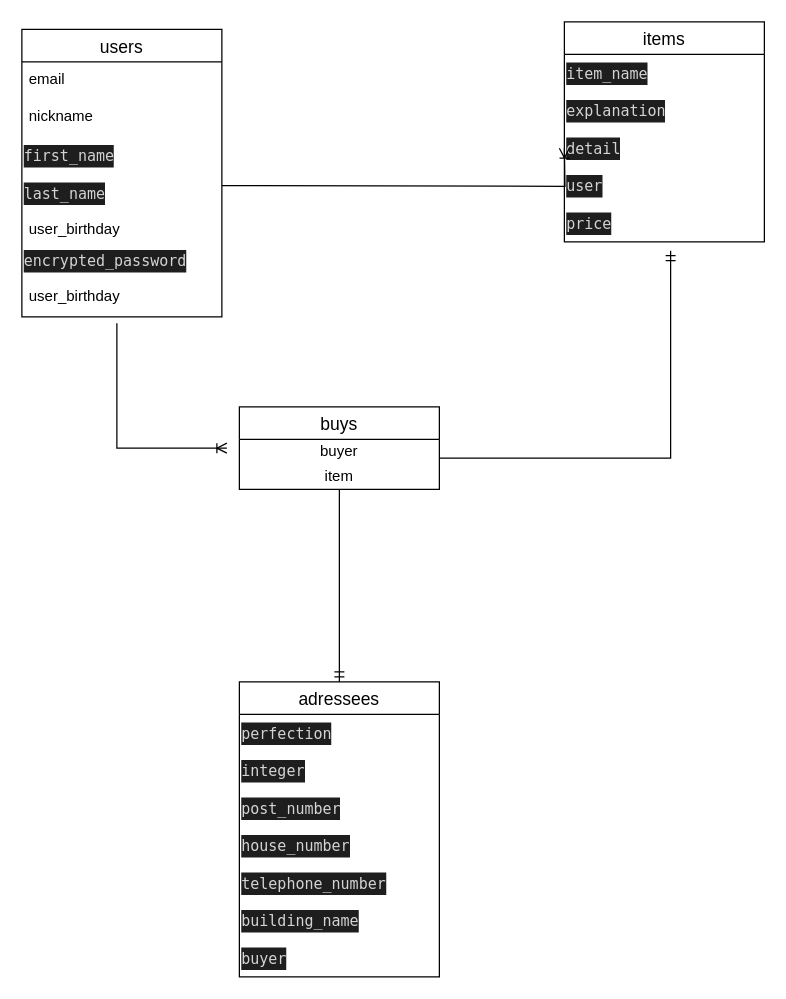
Earlier version of the draw.io diagram furima-29643.dio (zhuang-ced/frima-29643). Source tidied: cells renumbered, new cells numbered last; positions are measured from the earlier drawing's top-left corner, leaving out a move shared by most shapes. Both pictures are drawn from the tidied source at 125%, with x=0, y=0 at pixel (21, 21).
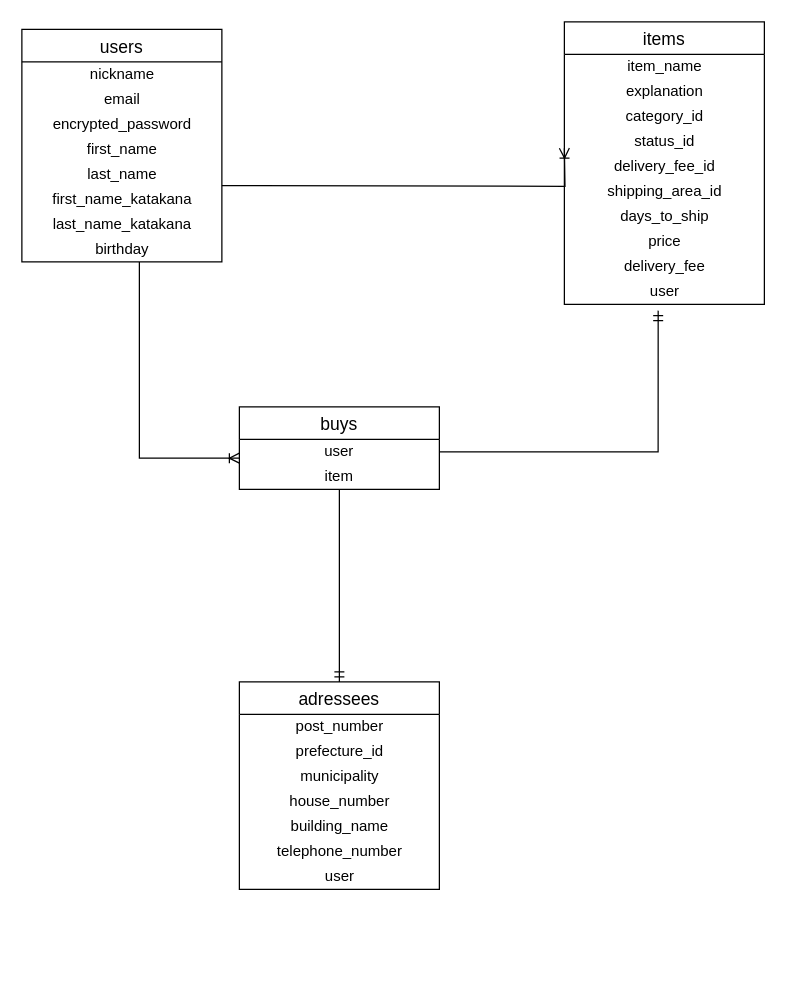
After the change.

Commit message (it also covers changes not shown here):
コードレビューで指摘された箇所の修正3

Unchanged cells that the change refers to:
```xml
<mxCell id="18" value="buys" style="swimlane;fontStyle=0;horizontal=1;startSize=26;align=center;fontSize=14;" parent="1" vertex="1">
  <mxGeometry x="174" y="308" width="160" height="66" as="geometry" />
</mxCell>
```

What changed in the source:
```diff
@@
-    <mxCell id="2" style="edgeStyle=orthogonalEdgeStyle;rounded=0;jettySize=auto;html=1;endArrow=ERoneToMany;endFill=0;exitX=0.475;exitY=1.167;exitDx=0;exitDy=0;exitPerimeter=0;" parent="1" edge="1" source="10">
-      <mxGeometry relative="1" as="geometry">
-        <mxPoint x="164" y="341" as="targetPoint" />
-        <Array as="points">
-          <mxPoint x="76" y="341" />
-        </Array>
-      </mxGeometry>
-    </mxCell>
     <mxCell id="3" value="users" style="swimlane;fontStyle=0;horizontal=1;startSize=26;align=center;fontSize=14;" parent="1" vertex="1">
-      <mxGeometry y="6" width="160" height="230" as="geometry" />
+      <mxGeometry y="6" width="160" height="186" as="geometry" />
     </mxCell>
+    <mxCell id="5" value="nickname" style="text;html=1;align=center;verticalAlign=middle;" parent="3" vertex="1">
+      <mxGeometry y="26" width="160" height="20" as="geometry" />
+    </mxCell>
-    <mxCell id="4" value="email" style="text;strokeColor=none;fillColor=none;spacingLeft=4;spacingRight=4;overflow=hidden;fontSize=12;" parent="3" vertex="1">
-      <mxGeometry y="26" width="160" height="30" as="geometry" />
+    <mxCell id="4" value="email" style="text;html=1;align=center;verticalAlign=middle;" parent="3" vertex="1">
+      <mxGeometry y="46" width="160" height="20" as="geometry" />
     </mxCell>
-    <mxCell id="5" value="nickname" style="text;strokeColor=none;fillColor=none;spacingLeft=4;spacingRight=4;overflow=hidden;fontSize=12;" parent="3" vertex="1">
-      <mxGeometry y="56" width="160" height="30" as="geometry" />
-    </mxCell>
+    <mxCell id="9" value="encrypted_password" style="text;html=1;align=center;verticalAlign=middle;" parent="3" vertex="1">
+      <mxGeometry y="66" width="160" height="20" as="geometry" />
+    </mxCell>
-    <mxCell id="6" value="&lt;div style=&quot;color: rgb(212, 212, 212); background-color: rgb(30, 30, 30); font-family: menlo, monaco, &amp;quot;courier new&amp;quot;, monospace; font-weight: normal; font-size: 12px; line-height: 18px;&quot;&gt;&lt;div&gt;&lt;span style=&quot;color: #d4d4d4&quot;&gt;first_name&lt;/span&gt;&lt;/div&gt;&lt;/div&gt;" style="text;whiteSpace=wrap;html=1;" parent="3" vertex="1">
-      <mxGeometry y="86" width="160" height="30" as="geometry" />
+    <mxCell id="6" value="first_name" style="text;html=1;align=center;verticalAlign=middle;" parent="3" vertex="1">
+      <mxGeometry y="86" width="160" height="20" as="geometry" />
     </mxCell>
-    <mxCell id="7" value="&lt;div style=&quot;color: rgb(212, 212, 212); background-color: rgb(30, 30, 30); font-family: menlo, monaco, &amp;quot;courier new&amp;quot;, monospace; font-weight: normal; font-size: 12px; line-height: 18px;&quot;&gt;&lt;div&gt;&lt;span style=&quot;color: #d4d4d4&quot;&gt;last_name&lt;/span&gt;&lt;/div&gt;&lt;/div&gt;" style="text;whiteSpace=wrap;html=1;" parent="3" vertex="1">
-      <mxGeometry y="116" width="160" height="30" as="geometry" />
+    <mxCell id="7" value="last_name" style="text;html=1;align=center;verticalAlign=middle;" parent="3" vertex="1">
+      <mxGeometry y="106" width="160" height="20" as="geometry" />
     </mxCell>
-    <mxCell id="8" value="user_birthday" style="text;strokeColor=none;fillColor=none;spacingLeft=4;spacingRight=4;overflow=hidden;fontSize=12;" parent="3" vertex="1">
-      <mxGeometry y="146" width="160" height="24" as="geometry" />
-    </mxCell>
-    <mxCell id="9" value="&lt;div style=&quot;color: rgb(212, 212, 212); background-color: rgb(30, 30, 30); font-family: menlo, monaco, &amp;quot;courier new&amp;quot;, monospace; font-weight: normal; font-size: 12px; line-height: 18px;&quot;&gt;&lt;div&gt;&lt;span style=&quot;color: #d4d4d4&quot;&gt;encrypted_password&lt;/span&gt;&lt;/div&gt;&lt;/div&gt;" style="text;whiteSpace=wrap;html=1;" parent="3" vertex="1">
-      <mxGeometry y="170" width="160" height="30" as="geometry" />
-    </mxCell>
-    <mxCell id="10" value="user_birthday" style="text;strokeColor=none;fillColor=none;spacingLeft=4;spacingRight=4;overflow=hidden;points=[[0,0.5],[1,0.5]];portConstraint=eastwest;fontSize=12;" parent="3" vertex="1">
-      <mxGeometry y="200" width="160" height="30" as="geometry" />
-    </mxCell>
+    <mxCell id="31" value="first_name_katakana" style="text;html=1;align=center;verticalAlign=middle;" parent="3" vertex="1">
+      <mxGeometry y="126" width="160" height="20" as="geometry" />
+    </mxCell>
+    <mxCell id="32" value="last_name_katakana" style="text;html=1;align=center;verticalAlign=middle;" parent="3" vertex="1">
+      <mxGeometry y="146" width="160" height="20" as="geometry" />
+    </mxCell>
+    <mxCell id="33" value="birthday" style="text;html=1;align=center;verticalAlign=middle;points=[];" parent="3" vertex="1">
+      <mxGeometry y="166" width="160" height="20" as="geometry" />
+    </mxCell>
     <mxCell id="11" value="items" style="swimlane;fontStyle=0;horizontal=1;startSize=26;align=center;fontSize=14;" parent="1" vertex="1">
-      <mxGeometry x="434" width="160" height="176" as="geometry" />
+      <mxGeometry x="434" width="160" height="226" as="geometry" />
     </mxCell>
-    <mxCell id="12" value="&lt;div style=&quot;color: rgb(212, 212, 212); background-color: rgb(30, 30, 30); font-family: menlo, monaco, &amp;quot;courier new&amp;quot;, monospace; font-weight: normal; font-size: 12px; line-height: 18px;&quot;&gt;&lt;div&gt;&lt;span style=&quot;color: #d4d4d4&quot;&gt;item_name&lt;/span&gt;&lt;/div&gt;&lt;/div&gt;" style="text;whiteSpace=wrap;html=1;" parent="11" vertex="1">
-      <mxGeometry y="26" width="160" height="30" as="geometry" />
+    <mxCell id="12" value="item_name" style="text;html=1;align=center;verticalAlign=middle;" parent="11" vertex="1">
+      <mxGeometry y="26" width="160" height="20" as="geometry" />
     </mxCell>
-    <mxCell id="13" value="&lt;div style=&quot;color: rgb(212, 212, 212); background-color: rgb(30, 30, 30); font-family: menlo, monaco, &amp;quot;courier new&amp;quot;, monospace; font-weight: normal; font-size: 12px; line-height: 18px;&quot;&gt;&lt;div&gt;&lt;span style=&quot;color: #d4d4d4&quot;&gt;explanation&lt;/span&gt;&lt;/div&gt;&lt;/div&gt;" style="text;whiteSpace=wrap;html=1;" parent="11" vertex="1">
-      <mxGeometry y="56" width="160" height="30" as="geometry" />
+    <mxCell id="13" value="explanation" style="text;html=1;align=center;verticalAlign=middle;" parent="11" vertex="1">
+      <mxGeometry y="46" width="160" height="20" as="geometry" />
     </mxCell>
-    <mxCell id="14" value="&lt;div style=&quot;color: rgb(212, 212, 212); background-color: rgb(30, 30, 30); font-family: menlo, monaco, &amp;quot;courier new&amp;quot;, monospace; font-weight: normal; font-size: 12px; line-height: 18px;&quot;&gt;&lt;div&gt;&lt;span style=&quot;color: #d4d4d4&quot;&gt;detail&lt;/span&gt;&lt;/div&gt;&lt;/div&gt;" style="text;whiteSpace=wrap;html=1;" parent="11" vertex="1">
-      <mxGeometry y="86" width="160" height="30" as="geometry" />
-    </mxCell>
-    <mxCell id="15" value="&lt;div style=&quot;color: rgb(212, 212, 212); background-color: rgb(30, 30, 30); font-family: menlo, monaco, &amp;quot;courier new&amp;quot;, monospace; font-weight: normal; font-size: 12px; line-height: 18px;&quot;&gt;&lt;div&gt;&lt;span style=&quot;color: #d4d4d4&quot;&gt;user&lt;/span&gt;&lt;/div&gt;&lt;/div&gt;" style="text;whiteSpace=wrap;html=1;" parent="11" vertex="1">
-      <mxGeometry y="116" width="160" height="30" as="geometry" />
-    </mxCell>
+    <mxCell id="34" value="category_id" style="text;html=1;align=center;verticalAlign=middle;" parent="11" vertex="1">
+      <mxGeometry y="66" width="160" height="20" as="geometry" />
+    </mxCell>
+    <mxCell id="35" value="status_id" style="text;html=1;align=center;verticalAlign=middle;" parent="11" vertex="1">
+      <mxGeometry y="86" width="160" height="20" as="geometry" />
+    </mxCell>
+    <mxCell id="36" value="delivery_fee_id" style="text;html=1;align=center;verticalAlign=middle;" parent="11" vertex="1">
+      <mxGeometry y="106" width="160" height="20" as="geometry" />
+    </mxCell>
+    <mxCell id="37" value="shipping_area_id" style="text;html=1;align=center;verticalAlign=middle;" parent="11" vertex="1">
+      <mxGeometry y="126" width="160" height="20" as="geometry" />
+    </mxCell>
+    <mxCell id="38" value="days_to_ship" style="text;html=1;align=center;verticalAlign=middle;" parent="11" vertex="1">
+      <mxGeometry y="146" width="160" height="20" as="geometry" />
+    </mxCell>
-    <mxCell id="16" value="&lt;div style=&quot;color: rgb(212, 212, 212); background-color: rgb(30, 30, 30); font-family: menlo, monaco, &amp;quot;courier new&amp;quot;, monospace; font-weight: normal; font-size: 12px; line-height: 18px;&quot;&gt;&lt;div&gt;&lt;span style=&quot;color: #d4d4d4&quot;&gt;price&lt;/span&gt;&lt;/div&gt;&lt;/div&gt;" style="text;whiteSpace=wrap;html=1;" parent="11" vertex="1">
-      <mxGeometry y="146" width="160" height="30" as="geometry" />
+    <mxCell id="16" value="price" style="text;html=1;align=center;verticalAlign=middle;" parent="11" vertex="1">
+      <mxGeometry y="166" width="160" height="20" as="geometry" />
     </mxCell>
+    <mxCell id="39" value="delivery_fee" style="text;html=1;align=center;verticalAlign=middle;" parent="11" vertex="1">
+      <mxGeometry y="186" width="160" height="20" as="geometry" />
+    </mxCell>
+    <mxCell id="40" value="user" style="text;html=1;align=center;verticalAlign=middle;points=[];" parent="11" vertex="1">
+      <mxGeometry y="206" width="160" height="20" as="geometry" />
+    </mxCell>
@@
-    <mxCell id="19" value="buyer" style="text;html=1;strokeColor=none;fillColor=none;align=center;verticalAlign=middle;whiteSpace=wrap;rounded=0;" parent="18" vertex="1">
+    <mxCell id="19" value="user" style="text;html=1;strokeColor=none;fillColor=none;align=center;verticalAlign=middle;whiteSpace=wrap;rounded=0;" parent="18" vertex="1">
       <mxGeometry y="26" width="160" height="20" as="geometry" />
     </mxCell>
@@
     <mxCell id="21" value="adressees" style="swimlane;fontStyle=0;horizontal=1;startSize=26;align=center;fontSize=14;" parent="1" vertex="1">
-      <mxGeometry x="174" y="528" width="160" height="236" as="geometry" />
+      <mxGeometry x="174" y="528" width="160" height="166" as="geometry" />
     </mxCell>
-    <mxCell id="22" value="&lt;div style=&quot;color: rgb(212, 212, 212); background-color: rgb(30, 30, 30); font-family: menlo, monaco, &amp;quot;courier new&amp;quot;, monospace; font-weight: normal; font-size: 12px; line-height: 18px;&quot;&gt;&lt;div&gt;&lt;span style=&quot;color: #d4d4d4&quot;&gt;perfection &lt;/span&gt;&lt;/div&gt;&lt;/div&gt;" style="text;whiteSpace=wrap;html=1;" parent="21" vertex="1">
-      <mxGeometry y="26" width="160" height="30" as="geometry" />
-    </mxCell>
-    <mxCell id="23" value="&lt;div style=&quot;color: rgb(212, 212, 212); background-color: rgb(30, 30, 30); font-family: menlo, monaco, &amp;quot;courier new&amp;quot;, monospace; font-weight: normal; font-size: 12px; line-height: 18px;&quot;&gt;&lt;div&gt;&lt;span style=&quot;color: #d4d4d4&quot;&gt;integer&lt;/span&gt;&lt;/div&gt;&lt;/div&gt;" style="text;whiteSpace=wrap;html=1;" parent="21" vertex="1">
-      <mxGeometry y="56" width="160" height="30" as="geometry" />
-    </mxCell>
-    <mxCell id="24" value="&lt;div style=&quot;color: rgb(212, 212, 212); background-color: rgb(30, 30, 30); font-family: menlo, monaco, &amp;quot;courier new&amp;quot;, monospace; font-weight: normal; font-size: 12px; line-height: 18px;&quot;&gt;&lt;div&gt;&lt;span style=&quot;color: #d4d4d4&quot;&gt;post_number&lt;/span&gt;&lt;/div&gt;&lt;/div&gt;" style="text;whiteSpace=wrap;html=1;" parent="21" vertex="1">
-      <mxGeometry y="86" width="160" height="30" as="geometry" />
+    <mxCell id="24" value="post_number" style="text;html=1;align=center;verticalAlign=middle;" parent="21" vertex="1">
+      <mxGeometry y="26" width="160" height="20" as="geometry" />
     </mxCell>
+    <mxCell id="41" value="prefecture_id" style="text;html=1;align=center;verticalAlign=middle;" parent="21" vertex="1">
+      <mxGeometry y="46" width="160" height="20" as="geometry" />
+    </mxCell>
+    <mxCell id="42" value="municipality" style="text;html=1;align=center;verticalAlign=middle;" parent="21" vertex="1">
+      <mxGeometry y="66" width="160" height="20" as="geometry" />
+    </mxCell>
-    <mxCell id="25" value="&lt;div style=&quot;color: rgb(212, 212, 212); background-color: rgb(30, 30, 30); font-family: menlo, monaco, &amp;quot;courier new&amp;quot;, monospace; font-weight: normal; font-size: 12px; line-height: 18px;&quot;&gt;&lt;div&gt;&lt;span style=&quot;color: #d4d4d4&quot;&gt;house_number&lt;/span&gt;&lt;/div&gt;&lt;/div&gt;" style="text;whiteSpace=wrap;html=1;" parent="21" vertex="1">
-      <mxGeometry y="116" width="160" height="30" as="geometry" />
+    <mxCell id="25" value="house_number" style="text;html=1;align=center;verticalAlign=middle;" parent="21" vertex="1">
+      <mxGeometry y="86" width="160" height="20" as="geometry" />
     </mxCell>
+    <mxCell id="27" value="building_name" style="text;html=1;align=center;verticalAlign=middle;" parent="21" vertex="1">
+      <mxGeometry y="106" width="160" height="20" as="geometry" />
+    </mxCell>
-    <mxCell id="26" value="&lt;div style=&quot;color: rgb(212, 212, 212); background-color: rgb(30, 30, 30); font-family: menlo, monaco, &amp;quot;courier new&amp;quot;, monospace; font-weight: normal; font-size: 12px; line-height: 18px;&quot;&gt;&lt;div&gt;&lt;span style=&quot;color: #d4d4d4&quot;&gt;telephone_number&lt;/span&gt;&lt;/div&gt;&lt;/div&gt;" style="text;whiteSpace=wrap;html=1;" parent="21" vertex="1">
-      <mxGeometry y="146" width="160" height="30" as="geometry" />
+    <mxCell id="26" value="telephone_number" style="text;html=1;align=center;verticalAlign=middle;" parent="21" vertex="1">
+      <mxGeometry y="126" width="160" height="20" as="geometry" />
     </mxCell>
-    <mxCell id="27" value="&lt;div style=&quot;color: rgb(212, 212, 212); background-color: rgb(30, 30, 30); font-family: menlo, monaco, &amp;quot;courier new&amp;quot;, monospace; font-weight: normal; font-size: 12px; line-height: 18px;&quot;&gt;&lt;div&gt;&lt;span style=&quot;color: #d4d4d4&quot;&gt;building_name&lt;/span&gt;&lt;/div&gt;&lt;/div&gt;" style="text;whiteSpace=wrap;html=1;" parent="21" vertex="1">
-      <mxGeometry y="176" width="160" height="30" as="geometry" />
-    </mxCell>
-    <mxCell id="28" value="&lt;div style=&quot;color: rgb(212, 212, 212); background-color: rgb(30, 30, 30); font-family: menlo, monaco, &amp;quot;courier new&amp;quot;, monospace; font-weight: normal; font-size: 12px; line-height: 18px;&quot;&gt;&lt;div&gt;&lt;span style=&quot;color: #d4d4d4&quot;&gt;buyer&lt;/span&gt;&lt;/div&gt;&lt;/div&gt;" style="text;whiteSpace=wrap;html=1;" parent="21" vertex="1">
-      <mxGeometry y="206" width="160" height="30" as="geometry" />
-    </mxCell>
+    <mxCell id="43" value="user" style="text;html=1;align=center;verticalAlign=middle;" parent="21" vertex="1">
+      <mxGeometry y="146" width="160" height="20" as="geometry" />
+    </mxCell>
@@
-    <mxCell id="30" style="edgeStyle=orthogonalEdgeStyle;rounded=0;jettySize=auto;html=1;entryX=0.531;entryY=1.088;entryDx=0;entryDy=0;entryPerimeter=0;endArrow=ERmandOne;endFill=0;exitX=1;exitY=0.75;exitDx=0;exitDy=0;" parent="1" edge="1" source="19">
-      <mxGeometry relative="1" as="geometry">
-        <mxPoint x="519" y="183" as="targetPoint" />
-        <Array as="points">
-          <mxPoint x="519" y="349" />
-        </Array>
-      </mxGeometry>
-    </mxCell>
+    <mxCell id="44" style="edgeStyle=orthogonalEdgeStyle;rounded=0;jettySize=auto;html=1;entryX=0;entryY=0.75;entryDx=0;entryDy=0;endArrow=ERoneToMany;endFill=0;" parent="1" edge="1" source="33" target="19">
+      <mxGeometry relative="1" as="geometry">
+        <Array as="points">
+          <mxPoint x="94" y="349" />
+        </Array>
+      </mxGeometry>
+    </mxCell>
+    <mxCell id="45" style="edgeStyle=orthogonalEdgeStyle;rounded=0;jettySize=auto;html=1;entryX=0.469;entryY=1.25;entryDx=0;entryDy=0;entryPerimeter=0;endArrow=ERmandOne;endFill=0;" parent="1" edge="1" source="19" target="40">
+      <mxGeometry relative="1" as="geometry" />
+    </mxCell>
```
